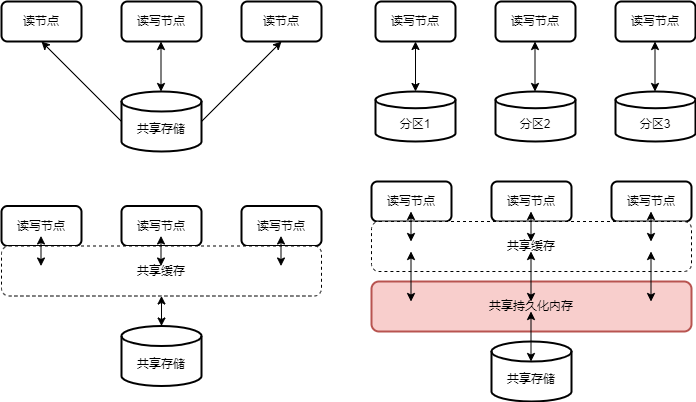
The draw.io diagram Shared Arch.drawio.png in rehoboan/Draw-Files, before a commit. Source tidied: cells renumbered, new cells last; positions are measured from the earlier drawing's top-left corner, leaving out a move shared by most shapes.
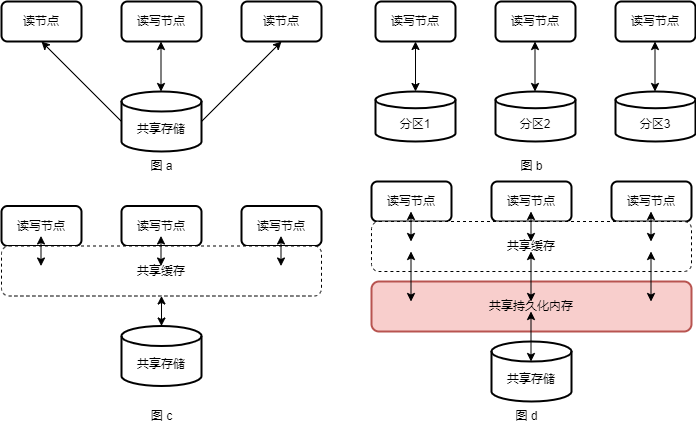
Later version of the same file.

Change to the diagram source:
```diff
@@ -155,5 +155,17 @@
         <mxPoint x="529.5" y="310" as="targetPoint" />
       </mxGeometry>
     </mxCell>
+    <mxCell id="40" value="图 a" style="text;html=1;align=center;verticalAlign=middle;strokeColor=none;fillColor=none;" parent="1" vertex="1">
+      <mxGeometry x="135" y="150" width="50" height="30" as="geometry" />
+    </mxCell>
+    <mxCell id="41" value="图 b" style="text;html=1;align=center;verticalAlign=middle;strokeColor=none;fillColor=none;" parent="1" vertex="1">
+      <mxGeometry x="505" y="150" width="50" height="30" as="geometry" />
+    </mxCell>
+    <mxCell id="42" value="图 c" style="text;html=1;align=center;verticalAlign=middle;strokeColor=none;fillColor=none;" parent="1" vertex="1">
+      <mxGeometry x="140" y="400" width="40" height="30" as="geometry" />
+    </mxCell>
+    <mxCell id="43" value="图 d" style="text;html=1;align=center;verticalAlign=middle;strokeColor=none;fillColor=none;" parent="1" vertex="1">
+      <mxGeometry x="500" y="400" width="50" height="30" as="geometry" />
+    </mxCell>
   </root>
 </mxGraphModel>
```
